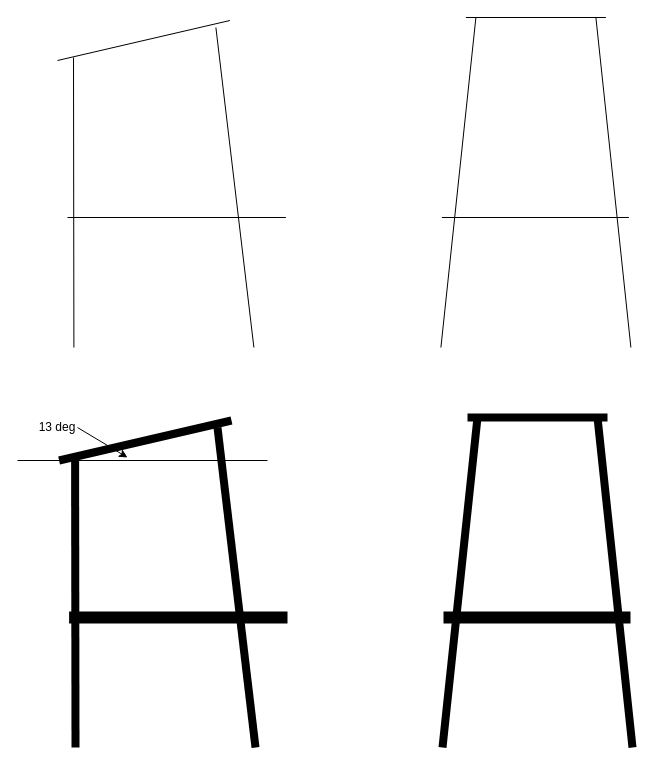
This is lifeguard_chair.drawio from pderoxas/draw.io, a draw.io file, before an edit. Source tidied: cells renumbered, new cells numbered last; positions are measured from the earlier drawing's top-left corner, leaving out a move shared by most shapes. Both pictures are drawn from the tidied source at 100%, with x=0, y=0 at pixel (17, 17).
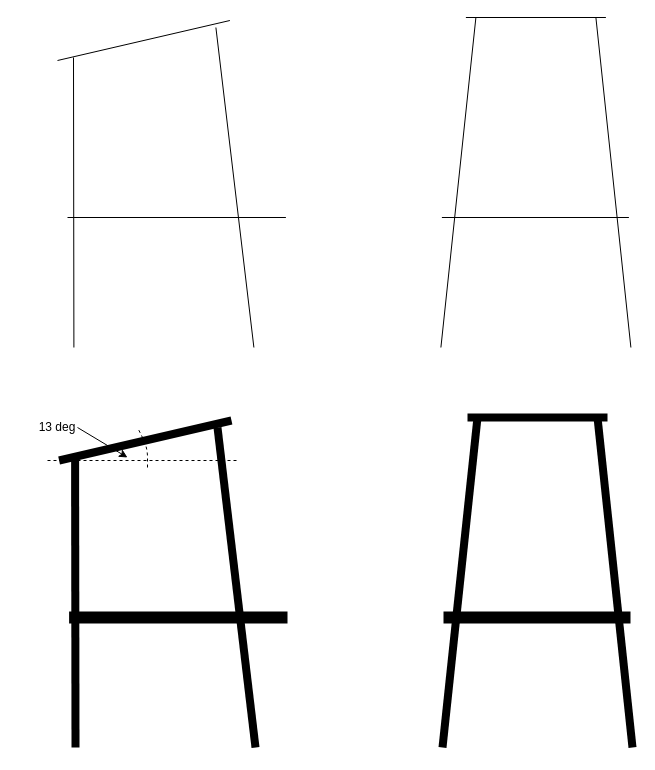
Above is the later version.

The edit, as a diff of the source:
```diff
@@
-    <mxCell id="18" style="endArrow=none;html=1;strokeWidth=1;" parent="1" edge="1">
+    <mxCell id="18" style="endArrow=none;html=1;strokeWidth=1;dashed=1;" parent="1" edge="1">
       <mxGeometry relative="1" as="geometry">
-        <mxPoint y="443" as="sourcePoint" />
-        <mxPoint x="250" y="443" as="targetPoint" />
+        <mxPoint x="30" y="443" as="sourcePoint" />
+        <mxPoint x="220" y="443" as="targetPoint" />
       </mxGeometry>
     </mxCell>
@@
+    <mxCell id="21" style="endArrow=none;html=1;strokeWidth=1;dashed=1;" parent="1" edge="1">
+      <mxGeometry relative="1" as="geometry">
+        <mxPoint x="130" y="450" as="sourcePoint" />
+        <mxPoint x="120" y="410" as="targetPoint" />
+        <Array as="points">
+          <mxPoint x="130" y="430" />
+        </Array>
+      </mxGeometry>
+    </mxCell>
```
